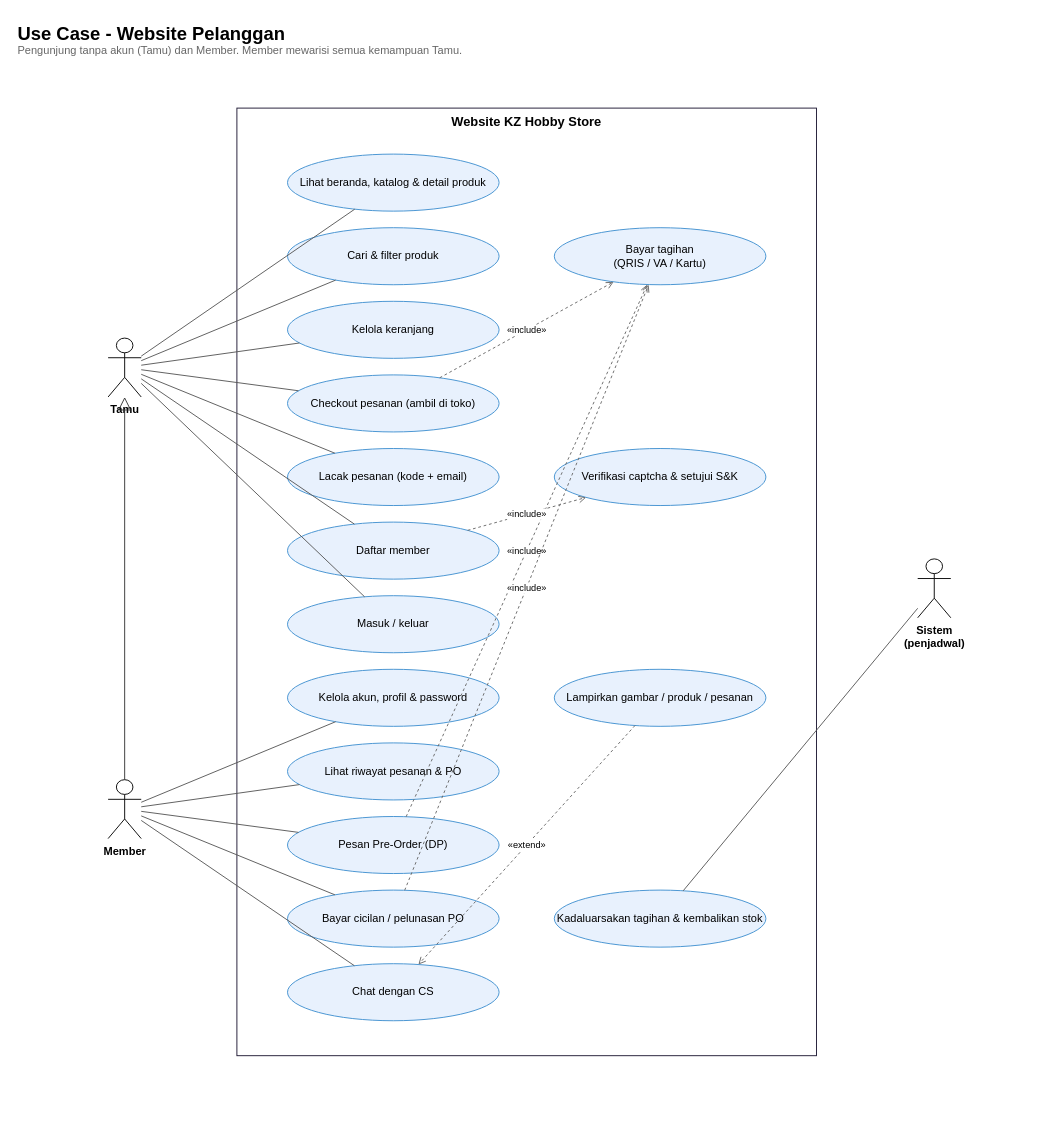
Earlier version of the draw.io diagram page "Use Case - Website Pelanggan" (2 of 15) of docs/diagrams/kz-hobby-store.drawio (MaskFpv/KZ_Hobby_Store). Source tidied: cells renumbered, new cells numbered last; positions are measured from the earlier drawing's top-left corner, leaving out a move shared by most shapes. Both pictures are drawn from the tidied source at 92%, with x=0, y=0 at pixel (16, 16).
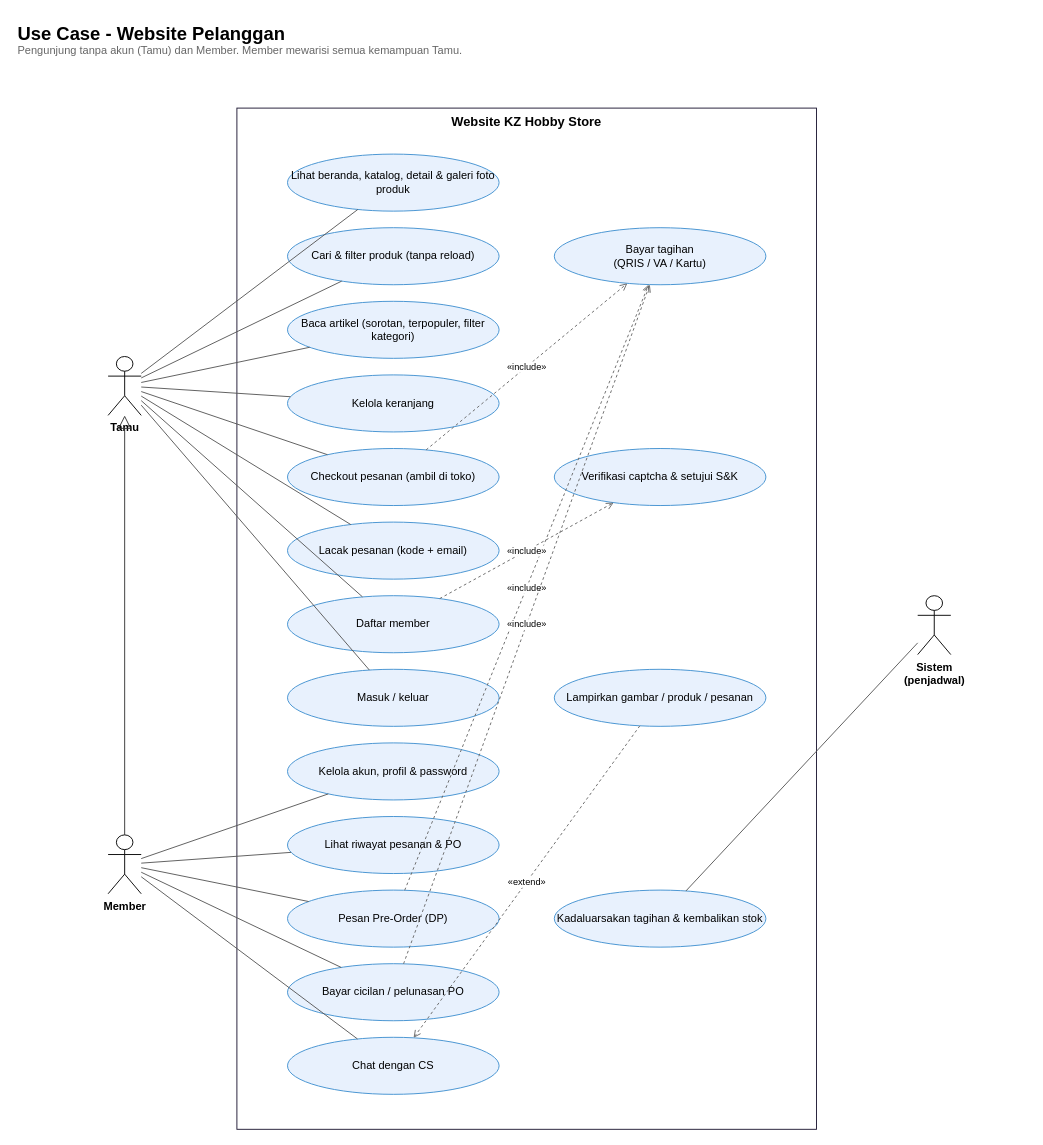
The same diagram, later.

Commit message (it also covers changes not shown here):
Docs: diagram & spec diperbarui untuk artikel, role sosmed, galeri produk

- Diagram: peta halaman (/artikel, menu Konten Website), use case (aktor Admin Sosmed),
  Activity 10 "Kelola & Baca Artikel", ERD & LRS + articles, article_categories, product_images
- Spec: tabel hak akses 7 role, halaman & tabel baru, revisi artikel dan ronde 4 (latar hidup, dst.)

Change to the diagram source:
```diff
@@
     <mxCell id="3" value="&lt;b&gt;Website KZ Hobby Store&lt;/b&gt;" style="rounded=0;whiteSpace=wrap;html=1;verticalAlign=top;fillColor=none;strokeColor=#1b1530;fontSize=14;" parent="1" vertex="1">
-      <mxGeometry x="240" y="100" width="630" height="1030" as="geometry" />
+      <mxGeometry x="240" y="100" width="630" height="1110" as="geometry" />
     </mxCell>
     <mxCell id="4" value="Tamu" style="shape=umlActor;verticalLabelPosition=bottom;verticalAlign=top;html=1;outlineConnect=0;fontStyle=1;fontSize=12;" parent="1" vertex="1">
-      <mxGeometry x="100" y="350" width="36" height="64" as="geometry" />
+      <mxGeometry x="100" y="370" width="36" height="64" as="geometry" />
     </mxCell>
     <mxCell id="5" value="Member" style="shape=umlActor;verticalLabelPosition=bottom;verticalAlign=top;html=1;outlineConnect=0;fontStyle=1;fontSize=12;" parent="1" vertex="1">
-      <mxGeometry x="100" y="830" width="36" height="64" as="geometry" />
+      <mxGeometry x="100" y="890" width="36" height="64" as="geometry" />
     </mxCell>
     <mxCell id="6" value="Sistem&lt;br&gt;(penjadwal)" style="shape=umlActor;verticalLabelPosition=bottom;verticalAlign=top;html=1;outlineConnect=0;fontStyle=1;fontSize=12;" parent="1" vertex="1">
-      <mxGeometry x="980" y="590" width="36" height="64" as="geometry" />
+      <mxGeometry x="980" y="630" width="36" height="64" as="geometry" />
     </mxCell>
-    <mxCell id="7" value="Lihat beranda, katalog &amp;amp; detail produk" style="ellipse;whiteSpace=wrap;html=1;fillColor=#e8f1fd;strokeColor=#3f8fd0;fontSize=12;" parent="1" vertex="1">
+    <mxCell id="7" value="Lihat beranda, katalog, detail &amp;amp; galeri foto produk" style="ellipse;whiteSpace=wrap;html=1;fillColor=#e8f1fd;strokeColor=#3f8fd0;fontSize=12;" parent="1" vertex="1">
       <mxGeometry x="295" y="150" width="230" height="62" as="geometry" />
     </mxCell>
-    <mxCell id="8" value="Cari &amp;amp; filter produk" style="ellipse;whiteSpace=wrap;html=1;fillColor=#e8f1fd;strokeColor=#3f8fd0;fontSize=12;" parent="1" vertex="1">
+    <mxCell id="8" value="Cari &amp;amp; filter produk (tanpa reload)" style="ellipse;whiteSpace=wrap;html=1;fillColor=#e8f1fd;strokeColor=#3f8fd0;fontSize=12;" parent="1" vertex="1">
       <mxGeometry x="295" y="230" width="230" height="62" as="geometry" />
     </mxCell>
-    <mxCell id="9" value="Kelola keranjang" style="ellipse;whiteSpace=wrap;html=1;fillColor=#e8f1fd;strokeColor=#3f8fd0;fontSize=12;" parent="1" vertex="1">
+    <mxCell id="9" value="Baca artikel (sorotan, terpopuler, filter kategori)" style="ellipse;whiteSpace=wrap;html=1;fillColor=#e8f1fd;strokeColor=#3f8fd0;fontSize=12;" parent="1" vertex="1">
       <mxGeometry x="295" y="310" width="230" height="62" as="geometry" />
     </mxCell>
-    <mxCell id="10" value="Checkout pesanan (ambil di toko)" style="ellipse;whiteSpace=wrap;html=1;fillColor=#e8f1fd;strokeColor=#3f8fd0;fontSize=12;" parent="1" vertex="1">
+    <mxCell id="10" value="Kelola keranjang" style="ellipse;whiteSpace=wrap;html=1;fillColor=#e8f1fd;strokeColor=#3f8fd0;fontSize=12;" parent="1" vertex="1">
       <mxGeometry x="295" y="390" width="230" height="62" as="geometry" />
     </mxCell>
-    <mxCell id="11" value="Lacak pesanan (kode + email)" style="ellipse;whiteSpace=wrap;html=1;fillColor=#e8f1fd;strokeColor=#3f8fd0;fontSize=12;" parent="1" vertex="1">
+    <mxCell id="11" value="Checkout pesanan (ambil di toko)" style="ellipse;whiteSpace=wrap;html=1;fillColor=#e8f1fd;strokeColor=#3f8fd0;fontSize=12;" parent="1" vertex="1">
       <mxGeometry x="295" y="470" width="230" height="62" as="geometry" />
     </mxCell>
-    <mxCell id="12" value="Daftar member" style="ellipse;whiteSpace=wrap;html=1;fillColor=#e8f1fd;strokeColor=#3f8fd0;fontSize=12;" parent="1" vertex="1">
+    <mxCell id="12" value="Lacak pesanan (kode + email)" style="ellipse;whiteSpace=wrap;html=1;fillColor=#e8f1fd;strokeColor=#3f8fd0;fontSize=12;" parent="1" vertex="1">
       <mxGeometry x="295" y="550" width="230" height="62" as="geometry" />
     </mxCell>
-    <mxCell id="13" value="Masuk / keluar" style="ellipse;whiteSpace=wrap;html=1;fillColor=#e8f1fd;strokeColor=#3f8fd0;fontSize=12;" parent="1" vertex="1">
+    <mxCell id="13" value="Daftar member" style="ellipse;whiteSpace=wrap;html=1;fillColor=#e8f1fd;strokeColor=#3f8fd0;fontSize=12;" parent="1" vertex="1">
       <mxGeometry x="295" y="630" width="230" height="62" as="geometry" />
     </mxCell>
-    <mxCell id="14" value="Kelola akun, profil &amp;amp; password" style="ellipse;whiteSpace=wrap;html=1;fillColor=#e8f1fd;strokeColor=#3f8fd0;fontSize=12;" parent="1" vertex="1">
+    <mxCell id="14" value="Masuk / keluar" style="ellipse;whiteSpace=wrap;html=1;fillColor=#e8f1fd;strokeColor=#3f8fd0;fontSize=12;" parent="1" vertex="1">
       <mxGeometry x="295" y="710" width="230" height="62" as="geometry" />
     </mxCell>
-    <mxCell id="15" value="Lihat riwayat pesanan &amp;amp; PO" style="ellipse;whiteSpace=wrap;html=1;fillColor=#e8f1fd;strokeColor=#3f8fd0;fontSize=12;" parent="1" vertex="1">
+    <mxCell id="15" value="Kelola akun, profil &amp;amp; password" style="ellipse;whiteSpace=wrap;html=1;fillColor=#e8f1fd;strokeColor=#3f8fd0;fontSize=12;" parent="1" vertex="1">
       <mxGeometry x="295" y="790" width="230" height="62" as="geometry" />
     </mxCell>
-    <mxCell id="16" value="Pesan Pre-Order (DP)" style="ellipse;whiteSpace=wrap;html=1;fillColor=#e8f1fd;strokeColor=#3f8fd0;fontSize=12;" parent="1" vertex="1">
+    <mxCell id="16" value="Lihat riwayat pesanan &amp;amp; PO" style="ellipse;whiteSpace=wrap;html=1;fillColor=#e8f1fd;strokeColor=#3f8fd0;fontSize=12;" parent="1" vertex="1">
       <mxGeometry x="295" y="870" width="230" height="62" as="geometry" />
     </mxCell>
-    <mxCell id="17" value="Bayar cicilan / pelunasan PO" style="ellipse;whiteSpace=wrap;html=1;fillColor=#e8f1fd;strokeColor=#3f8fd0;fontSize=12;" parent="1" vertex="1">
+    <mxCell id="17" value="Pesan Pre-Order (DP)" style="ellipse;whiteSpace=wrap;html=1;fillColor=#e8f1fd;strokeColor=#3f8fd0;fontSize=12;" parent="1" vertex="1">
       <mxGeometry x="295" y="950" width="230" height="62" as="geometry" />
     </mxCell>
-    <mxCell id="18" value="Chat dengan CS" style="ellipse;whiteSpace=wrap;html=1;fillColor=#e8f1fd;strokeColor=#3f8fd0;fontSize=12;" parent="1" vertex="1">
+    <mxCell id="18" value="Bayar cicilan / pelunasan PO" style="ellipse;whiteSpace=wrap;html=1;fillColor=#e8f1fd;strokeColor=#3f8fd0;fontSize=12;" parent="1" vertex="1">
       <mxGeometry x="295" y="1030" width="230" height="62" as="geometry" />
     </mxCell>
-    <mxCell id="19" value="Bayar tagihan&lt;br&gt;(QRIS / VA / Kartu)" style="ellipse;whiteSpace=wrap;html=1;fillColor=#e8f1fd;strokeColor=#3f8fd0;fontSize=12;" parent="1" vertex="1">
-      <mxGeometry x="585" y="230" width="230" height="62" as="geometry" />
+    <mxCell id="19" value="Chat dengan CS" style="ellipse;whiteSpace=wrap;html=1;fillColor=#e8f1fd;strokeColor=#3f8fd0;fontSize=12;" parent="1" vertex="1">
+      <mxGeometry x="295" y="1110" width="230" height="62" as="geometry" />
     </mxCell>
-    <mxCell id="20" value="Verifikasi captcha &amp;amp; setujui S&amp;amp;K" style="ellipse;whiteSpace=wrap;html=1;fillColor=#e8f1fd;strokeColor=#3f8fd0;fontSize=12;" parent="1" vertex="1">
-      <mxGeometry x="585" y="470" width="230" height="62" as="geometry" />
+    <mxCell id="20" value="Bayar tagihan&lt;br&gt;(QRIS / VA / Kartu)" style="ellipse;whiteSpace=wrap;html=1;fillColor=#e8f1fd;strokeColor=#3f8fd0;fontSize=12;" parent="1" vertex="1">
+      <mxGeometry x="585" y="230" width="230" height="62" as="geometry" />
     </mxCell>
-    <mxCell id="21" value="Lampirkan gambar / produk / pesanan" style="ellipse;whiteSpace=wrap;html=1;fillColor=#e8f1fd;strokeColor=#3f8fd0;fontSize=12;" parent="1" vertex="1">
-      <mxGeometry x="585" y="710" width="230" height="62" as="geometry" />
+    <mxCell id="21" value="Verifikasi captcha &amp;amp; setujui S&amp;amp;K" style="ellipse;whiteSpace=wrap;html=1;fillColor=#e8f1fd;strokeColor=#3f8fd0;fontSize=12;" parent="1" vertex="1">
+      <mxGeometry x="585" y="470" width="230" height="62" as="geometry" />
     </mxCell>
-    <mxCell id="22" value="Kadaluarsakan tagihan &amp;amp; kembalikan stok" style="ellipse;whiteSpace=wrap;html=1;fillColor=#e8f1fd;strokeColor=#3f8fd0;fontSize=12;" parent="1" vertex="1">
-      <mxGeometry x="585" y="950" width="230" height="62" as="geometry" />
+    <mxCell id="22" value="Lampirkan gambar / produk / pesanan" style="ellipse;whiteSpace=wrap;html=1;fillColor=#e8f1fd;strokeColor=#3f8fd0;fontSize=12;" parent="1" vertex="1">
+      <mxGeometry x="585" y="710" width="230" height="62" as="geometry" />
     </mxCell>
-    <mxCell id="23" style="endArrow=none;html=1;strokeColor=#555555;" parent="1" edge="1" source="4" target="7">
-      <mxGeometry relative="1" as="geometry" />
+    <mxCell id="23" value="Kadaluarsakan tagihan &amp;amp; kembalikan stok" style="ellipse;whiteSpace=wrap;html=1;fillColor=#e8f1fd;strokeColor=#3f8fd0;fontSize=12;" parent="1" vertex="1">
+      <mxGeometry x="585" y="950" width="230" height="62" as="geometry" />
     </mxCell>
-    <mxCell id="24" style="endArrow=none;html=1;strokeColor=#555555;" parent="1" edge="1" source="4" target="8">
+    <mxCell id="24" style="endArrow=none;html=1;strokeColor=#555555;" parent="1" edge="1" source="4" target="7">
       <mxGeometry relative="1" as="geometry" />
     </mxCell>
-    <mxCell id="25" style="endArrow=none;html=1;strokeColor=#555555;" parent="1" edge="1" source="4" target="9">
+    <mxCell id="25" style="endArrow=none;html=1;strokeColor=#555555;" parent="1" edge="1" source="4" target="8">
       <mxGeometry relative="1" as="geometry" />
     </mxCell>
-    <mxCell id="26" style="endArrow=none;html=1;strokeColor=#555555;" parent="1" edge="1" source="4" target="10">
+    <mxCell id="26" style="endArrow=none;html=1;strokeColor=#555555;" parent="1" edge="1" source="4" target="9">
       <mxGeometry relative="1" as="geometry" />
     </mxCell>
-    <mxCell id="27" style="endArrow=none;html=1;strokeColor=#555555;" parent="1" edge="1" source="4" target="11">
+    <mxCell id="27" style="endArrow=none;html=1;strokeColor=#555555;" parent="1" edge="1" source="4" target="10">
       <mxGeometry relative="1" as="geometry" />
     </mxCell>
-    <mxCell id="28" style="endArrow=none;html=1;strokeColor=#555555;" parent="1" edge="1" source="4" target="12">
+    <mxCell id="28" style="endArrow=none;html=1;strokeColor=#555555;" parent="1" edge="1" source="4" target="11">
       <mxGeometry relative="1" as="geometry" />
     </mxCell>
-    <mxCell id="29" style="endArrow=none;html=1;strokeColor=#555555;" parent="1" edge="1" source="4" target="13">
+    <mxCell id="29" style="endArrow=none;html=1;strokeColor=#555555;" parent="1" edge="1" source="4" target="12">
       <mxGeometry relative="1" as="geometry" />
     </mxCell>
-    <mxCell id="30" style="endArrow=none;html=1;strokeColor=#555555;" parent="1" edge="1" source="5" target="14">
+    <mxCell id="30" style="endArrow=none;html=1;strokeColor=#555555;" parent="1" edge="1" source="4" target="13">
       <mxGeometry relative="1" as="geometry" />
     </mxCell>
-    <mxCell id="31" style="endArrow=none;html=1;strokeColor=#555555;" parent="1" edge="1" source="5" target="15">
+    <mxCell id="31" style="endArrow=none;html=1;strokeColor=#555555;" parent="1" edge="1" source="4" target="14">
       <mxGeometry relative="1" as="geometry" />
     </mxCell>
-    <mxCell id="32" style="endArrow=none;html=1;strokeColor=#555555;" parent="1" edge="1" source="5" target="16">
+    <mxCell id="32" style="endArrow=none;html=1;strokeColor=#555555;" parent="1" edge="1" source="5" target="15">
       <mxGeometry relative="1" as="geometry" />
     </mxCell>
-    <mxCell id="33" style="endArrow=none;html=1;strokeColor=#555555;" parent="1" edge="1" source="5" target="17">
+    <mxCell id="33" style="endArrow=none;html=1;strokeColor=#555555;" parent="1" edge="1" source="5" target="16">
       <mxGeometry relative="1" as="geometry" />
     </mxCell>
-    <mxCell id="34" style="endArrow=none;html=1;strokeColor=#555555;" parent="1" edge="1" source="5" target="18">
+    <mxCell id="34" style="endArrow=none;html=1;strokeColor=#555555;" parent="1" edge="1" source="5" target="17">
       <mxGeometry relative="1" as="geometry" />
     </mxCell>
-    <mxCell id="35" style="endArrow=none;html=1;strokeColor=#555555;" parent="1" edge="1" source="6" target="22">
+    <mxCell id="35" style="endArrow=none;html=1;strokeColor=#555555;" parent="1" edge="1" source="5" target="18">
       <mxGeometry relative="1" as="geometry" />
     </mxCell>
-    <mxCell id="36" value="«include»" style="endArrow=open;dashed=1;html=1;strokeColor=#666666;fontSize=10;labelBackgroundColor=#ffffff;" parent="1" edge="1" source="10" target="19">
+    <mxCell id="36" style="endArrow=none;html=1;strokeColor=#555555;" parent="1" edge="1" source="5" target="19">
       <mxGeometry relative="1" as="geometry" />
     </mxCell>
-    <mxCell id="37" value="«include»" style="endArrow=open;dashed=1;html=1;strokeColor=#666666;fontSize=10;labelBackgroundColor=#ffffff;" parent="1" edge="1" source="16" target="19">
+    <mxCell id="37" style="endArrow=none;html=1;strokeColor=#555555;" parent="1" edge="1" source="6" target="23">
       <mxGeometry relative="1" as="geometry" />
     </mxCell>
-    <mxCell id="38" value="«include»" style="endArrow=open;dashed=1;html=1;strokeColor=#666666;fontSize=10;labelBackgroundColor=#ffffff;" parent="1" edge="1" source="17" target="19">
+    <mxCell id="38" value="«include»" style="endArrow=open;dashed=1;html=1;strokeColor=#666666;fontSize=10;labelBackgroundColor=#ffffff;" parent="1" edge="1" source="11" target="20">
       <mxGeometry relative="1" as="geometry" />
     </mxCell>
-    <mxCell id="39" value="«include»" style="endArrow=open;dashed=1;html=1;strokeColor=#666666;fontSize=10;labelBackgroundColor=#ffffff;" parent="1" edge="1" source="12" target="20">
+    <mxCell id="39" value="«include»" style="endArrow=open;dashed=1;html=1;strokeColor=#666666;fontSize=10;labelBackgroundColor=#ffffff;" parent="1" edge="1" source="17" target="20">
       <mxGeometry relative="1" as="geometry" />
     </mxCell>
-    <mxCell id="40" value="«extend»" style="endArrow=open;dashed=1;html=1;strokeColor=#666666;fontSize=10;labelBackgroundColor=#ffffff;" parent="1" edge="1" source="21" target="18">
+    <mxCell id="40" value="«include»" style="endArrow=open;dashed=1;html=1;strokeColor=#666666;fontSize=10;labelBackgroundColor=#ffffff;" parent="1" edge="1" source="18" target="20">
       <mxGeometry relative="1" as="geometry" />
     </mxCell>
-    <mxCell id="41" style="endArrow=block;endFill=0;html=1;endSize=12;strokeColor=#333333;" parent="1" edge="1" source="5" target="4">
+    <mxCell id="41" value="«include»" style="endArrow=open;dashed=1;html=1;strokeColor=#666666;fontSize=10;labelBackgroundColor=#ffffff;" parent="1" edge="1" source="13" target="21">
       <mxGeometry relative="1" as="geometry" />
     </mxCell>
+    <mxCell id="42" value="«extend»" style="endArrow=open;dashed=1;html=1;strokeColor=#666666;fontSize=10;labelBackgroundColor=#ffffff;" parent="1" edge="1" source="22" target="19">
+      <mxGeometry relative="1" as="geometry" />
+    </mxCell>
+    <mxCell id="43" style="endArrow=block;endFill=0;html=1;endSize=12;strokeColor=#333333;" parent="1" edge="1" source="5" target="4">
+      <mxGeometry relative="1" as="geometry" />
+    </mxCell>
```
